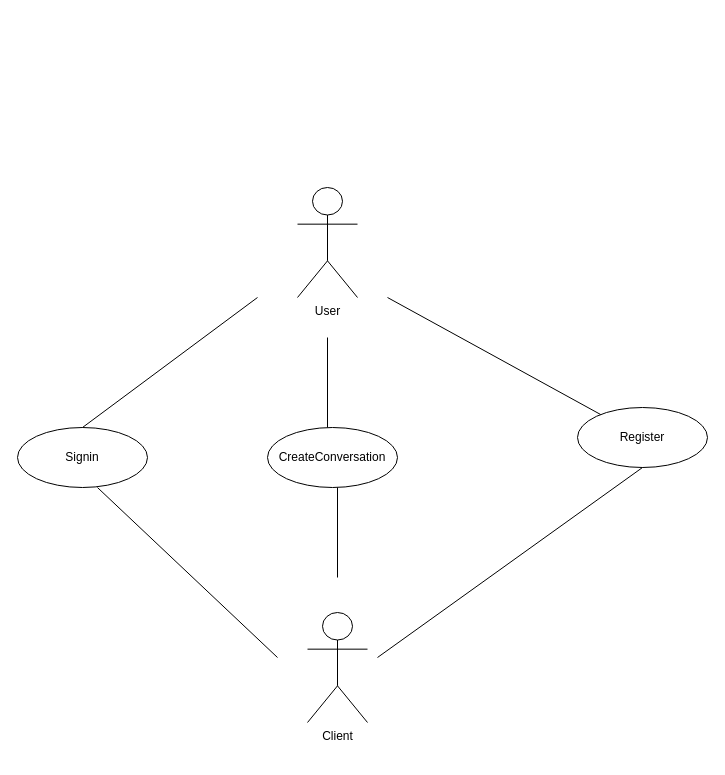
This is docs/diagrama_de_casos_de_uso.drawio from danielbarbozadasilva/freelancer-service-backend-solid, a draw.io file, before an edit. Source tidied: cells renumbered, new cells numbered last; positions are measured from the earlier drawing's top-left corner, leaving out a move shared by most shapes. Both pictures are drawn from the tidied source at 100%, with x=0, y=0 at pixel (17, 187).
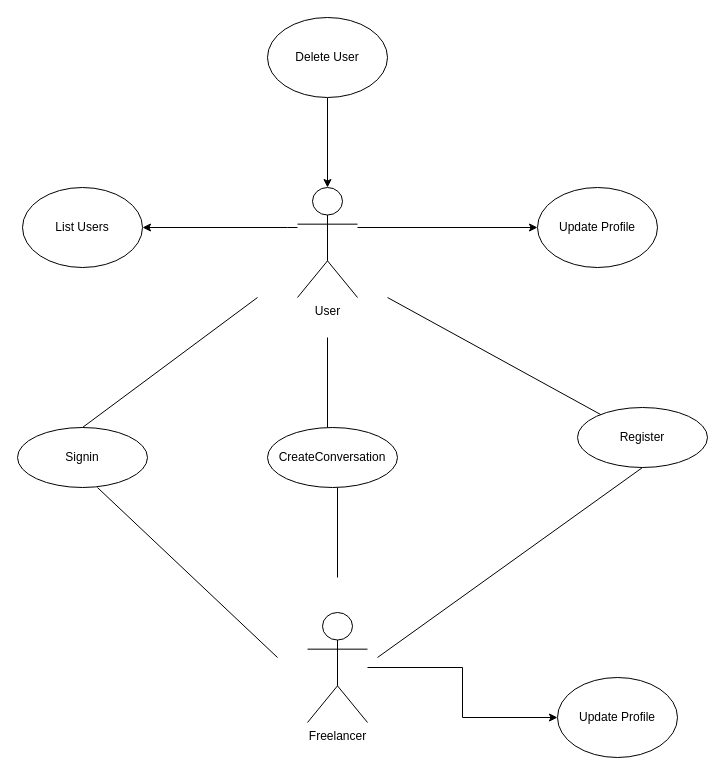
The same diagram, later.

Unchanged cells that the change refers to:
```xml
<mxCell id="2" value="User" style="shape=umlActor;verticalLabelPosition=bottom;verticalAlign=top;html=1;" parent="1" vertex="1">
  <mxGeometry x="280" width="60" height="110" as="geometry" />
</mxCell>
```

The edit, as a diff of the source:
```diff
@@
+    <mxCell id="13" style="edgeStyle=orthogonalEdgeStyle;rounded=0;jettySize=auto;html=1;" parent="1" edge="1" target="17">
+      <mxGeometry relative="1" as="geometry">
+        <mxPoint x="340" y="40" as="sourcePoint" />
+        <Array as="points">
+          <mxPoint x="340" y="40" />
+        </Array>
+      </mxGeometry>
+    </mxCell>
+    <mxCell id="14" style="edgeStyle=orthogonalEdgeStyle;rounded=0;jettySize=auto;html=1;entryX=1;entryY=0.5;entryDx=0;entryDy=0;" parent="1" edge="1" source="2" target="18">
+      <mxGeometry relative="1" as="geometry">
+        <Array as="points">
+          <mxPoint x="270" y="40" />
+          <mxPoint x="270" y="40" />
+        </Array>
+      </mxGeometry>
+    </mxCell>
@@
+    <mxCell id="15" style="edgeStyle=orthogonalEdgeStyle;rounded=0;jettySize=auto;html=1;" parent="1" edge="1" source="7" target="16">
+      <mxGeometry relative="1" as="geometry" />
+    </mxCell>
-    <mxCell id="7" value="Client" style="shape=umlActor;verticalLabelPosition=bottom;verticalAlign=top;html=1;" parent="1" vertex="1">
+    <mxCell id="7" value="Freelancer" style="shape=umlActor;verticalLabelPosition=bottom;verticalAlign=top;html=1;" parent="1" vertex="1">
       <mxGeometry x="290" y="425" width="60" height="110" as="geometry" />
     </mxCell>
@@
+    <mxCell id="16" value="Update Profile" style="ellipse;whiteSpace=wrap;html=1;" parent="1" vertex="1">
+      <mxGeometry x="540" y="490" width="120" height="80" as="geometry" />
+    </mxCell>
+    <mxCell id="17" value="Update Profile" style="ellipse;whiteSpace=wrap;html=1;" parent="1" vertex="1">
+      <mxGeometry x="520" width="120" height="80" as="geometry" />
+    </mxCell>
+    <mxCell id="18" value="List Users" style="ellipse;whiteSpace=wrap;html=1;" parent="1" vertex="1">
+      <mxGeometry x="5" width="120" height="80" as="geometry" />
+    </mxCell>
+    <mxCell id="19" style="edgeStyle=orthogonalEdgeStyle;rounded=0;jettySize=auto;html=1;" parent="1" edge="1" source="20" target="2">
+      <mxGeometry relative="1" as="geometry" />
+    </mxCell>
+    <mxCell id="20" value="Delete User" style="ellipse;whiteSpace=wrap;html=1;" parent="1" vertex="1">
+      <mxGeometry x="250" y="-170" width="120" height="80" as="geometry" />
+    </mxCell>
```
